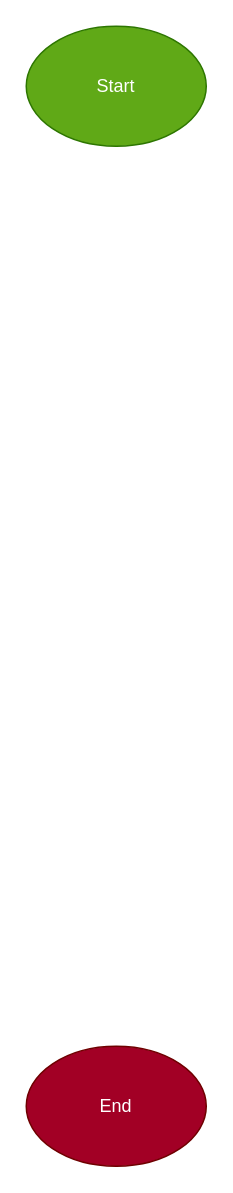
This is page "Animal Mechanics" (7 of 7) of life_sim.drawio from Gink3/life_simulation, a draw.io file, before an edit. Source tidied: cells renumbered, new cells numbered last; positions are measured from the earlier drawing's top-left corner, leaving out a move shared by most shapes. Both pictures are drawn from the tidied source at 150%, with x=0, y=0 at pixel (26, 26).
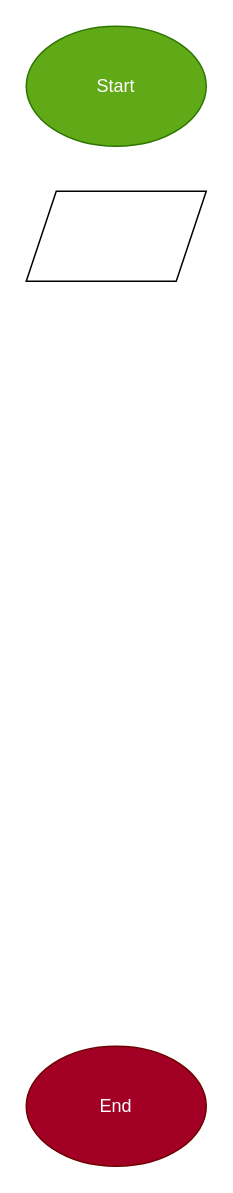
Above is the later version.

What changed in the source:
```diff
@@
 <mxGraphModel>
   <root>
     <mxCell id="0" />
     <mxCell id="1" parent="0" />
     <mxCell id="2" value="Start" style="ellipse;whiteSpace=wrap;html=1;fillColor=#60a917;fontColor=#ffffff;strokeColor=#2D7600;" parent="1" vertex="1">
       <mxGeometry width="120" height="80" as="geometry" />
     </mxCell>
     <mxCell id="3" value="End" style="ellipse;whiteSpace=wrap;html=1;fillColor=#a20025;fontColor=#ffffff;strokeColor=#6F0000;" parent="1" vertex="1">
       <mxGeometry y="680" width="120" height="80" as="geometry" />
     </mxCell>
+    <mxCell id="4" style="shape=parallelogram;perimeter=parallelogramPerimeter;whiteSpace=wrap;html=1;fixedSize=1;" parent="1" vertex="1">
+      <mxGeometry y="110" width="120" height="60" as="geometry" />
+    </mxCell>
   </root>
 </mxGraphModel>
```
